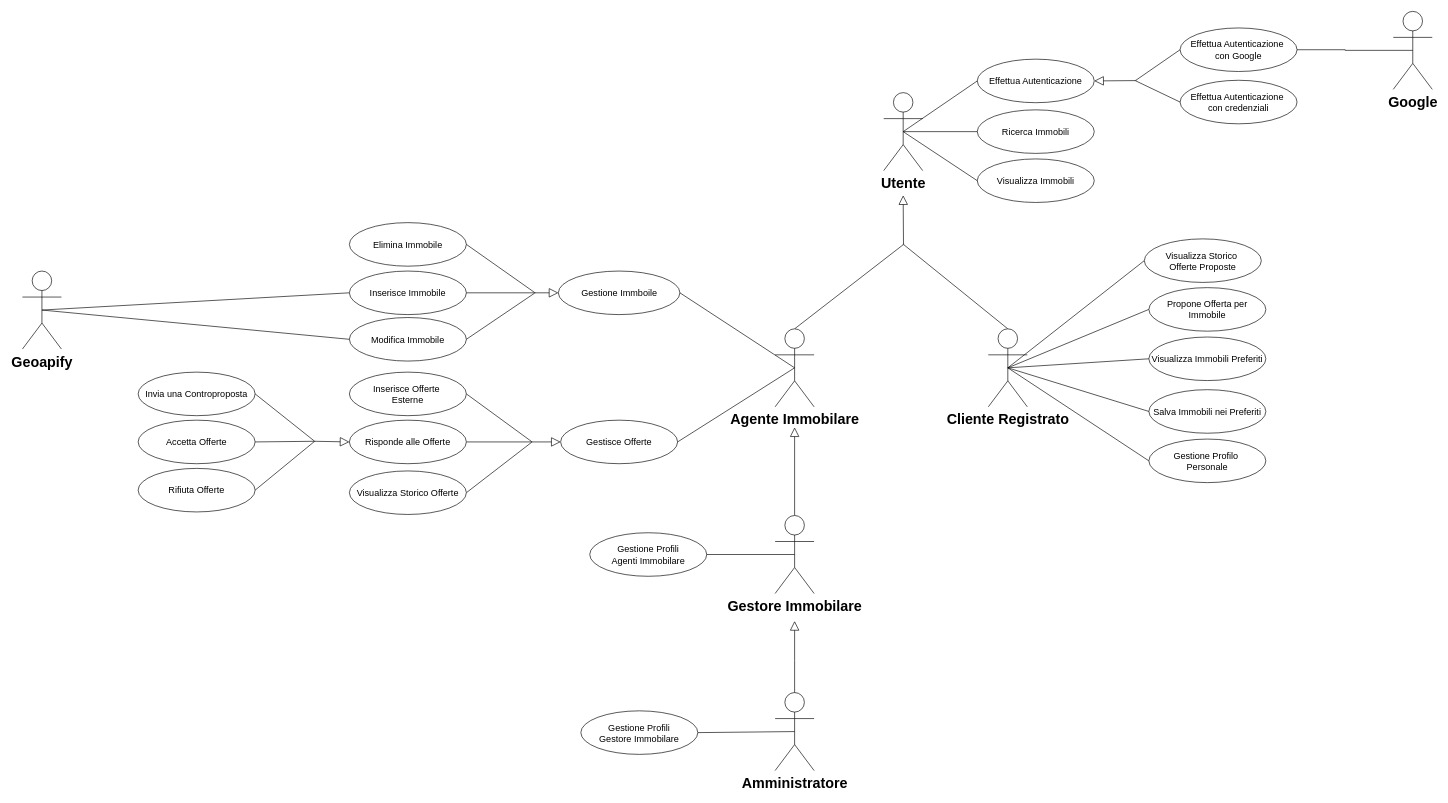
Lucalorenzo004/DietiEstates25 keeps this draw.io diagram as page "v.1.2" (3 of 3) of documentazione/use-case.drawio. Above is the earlier version. Source tidied: cells renumbered, new cells numbered last; positions are measured from the earlier drawing's top-left corner, leaving out a move shared by most shapes. Both pictures are drawn from the tidied source at 65%, with x=0, y=0 at pixel (22, 11).
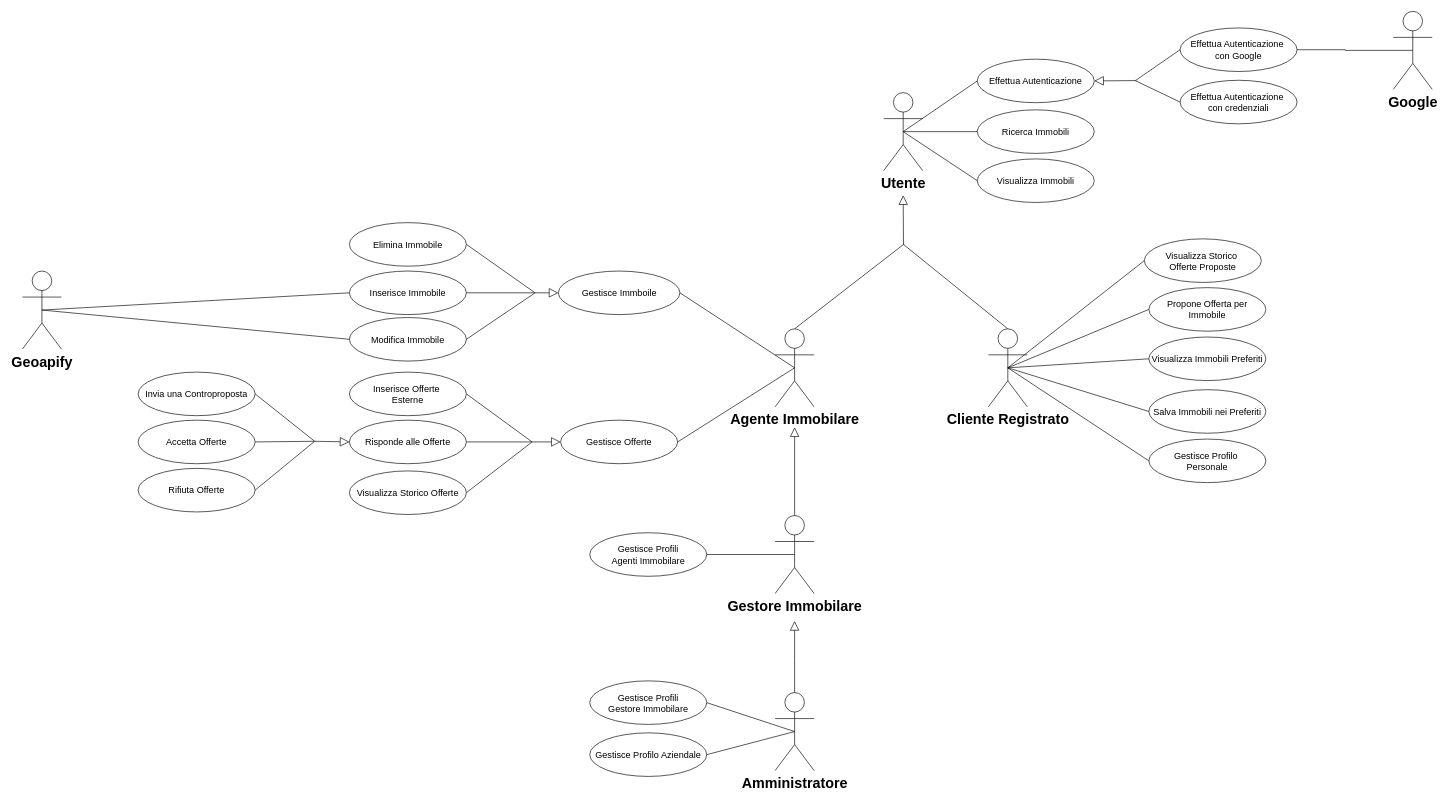
The same page after the edit.

Commit message (it also covers changes not shown here):
Cockburn del caso d'uso inserimento immobile e fix vari

The change refers to these unchanged cells:
```xml
<mxCell id="3" value="&lt;font style=&quot;font-size: 22px;&quot;&gt;&lt;b&gt;Amministratore&lt;/b&gt;&lt;/font&gt;" style="shape=umlActor;verticalLabelPosition=bottom;verticalAlign=top;html=1;" parent="1" vertex="1">
  <mxGeometry x="1158" y="1048" width="60" height="120" as="geometry" />
</mxCell>
```

Change to the diagram source:
```diff
@@
-    <mxCell id="13" value="Gestione Immboile" style="ellipse;html=1;whiteSpace=wrap;fontSize=14;" parent="1" vertex="1">
+    <mxCell id="13" value="Gestisce Immboile" style="ellipse;html=1;whiteSpace=wrap;fontSize=14;" parent="1" vertex="1">
       <mxGeometry x="824.5" y="399.5" width="187" height="67" as="geometry" />
     </mxCell>
@@
-    <mxCell id="46" value="Gestione Profilo&amp;nbsp;&lt;div&gt;Personale&lt;/div&gt;" style="ellipse;html=1;whiteSpace=wrap;fontSize=14;" parent="1" vertex="1">
+    <mxCell id="46" value="Gestisce Profilo&amp;nbsp;&lt;div&gt;Personale&lt;/div&gt;" style="ellipse;html=1;whiteSpace=wrap;fontSize=14;" parent="1" vertex="1">
       <mxGeometry x="1733" y="658" width="180" height="67" as="geometry" />
     </mxCell>
@@
-    <mxCell id="69" value="Gestione Profili&lt;br style=&quot;font-size: 14px;&quot;&gt;Agenti Immobilare" style="ellipse;html=1;whiteSpace=wrap;fontSize=14;" parent="1" vertex="1">
+    <mxCell id="69" value="Gestisce Profili&lt;br style=&quot;font-size: 14px;&quot;&gt;Agenti Immobilare" style="ellipse;html=1;whiteSpace=wrap;fontSize=14;" parent="1" vertex="1">
       <mxGeometry x="872.8" y="802.1" width="180" height="67" as="geometry" />
     </mxCell>
@@
-    <mxCell id="71" value="Gestione Profili&lt;br style=&quot;font-size: 14px;&quot;&gt;Gestore Immobilare" style="ellipse;html=1;whiteSpace=wrap;fontSize=14;" parent="1" vertex="1">
-      <mxGeometry x="859.1" y="1076.1" width="180" height="67" as="geometry" />
+    <mxCell id="71" value="Gestisce Profili&lt;br style=&quot;font-size: 14px;&quot;&gt;Gestore Immobilare" style="ellipse;html=1;whiteSpace=wrap;fontSize=14;" parent="1" vertex="1">
+      <mxGeometry x="872.8" y="1030" width="180" height="67" as="geometry" />
     </mxCell>
+    <mxCell id="72" value="Gestisce Profilo Aziendale" style="ellipse;html=1;whiteSpace=wrap;fontSize=14;" parent="1" vertex="1">
+      <mxGeometry x="872.8" y="1110" width="180" height="67" as="geometry" />
+    </mxCell>
+    <mxCell id="73" style="endArrow=none;html=1;rounded=0;exitX=1;exitY=0.5;exitDx=0;exitDy=0;entryX=0.5;entryY=0.5;entryDx=0;entryDy=0;entryPerimeter=0;" parent="1" edge="1" source="72" target="3">
+      <mxGeometry relative="1" as="geometry" />
+    </mxCell>
```
